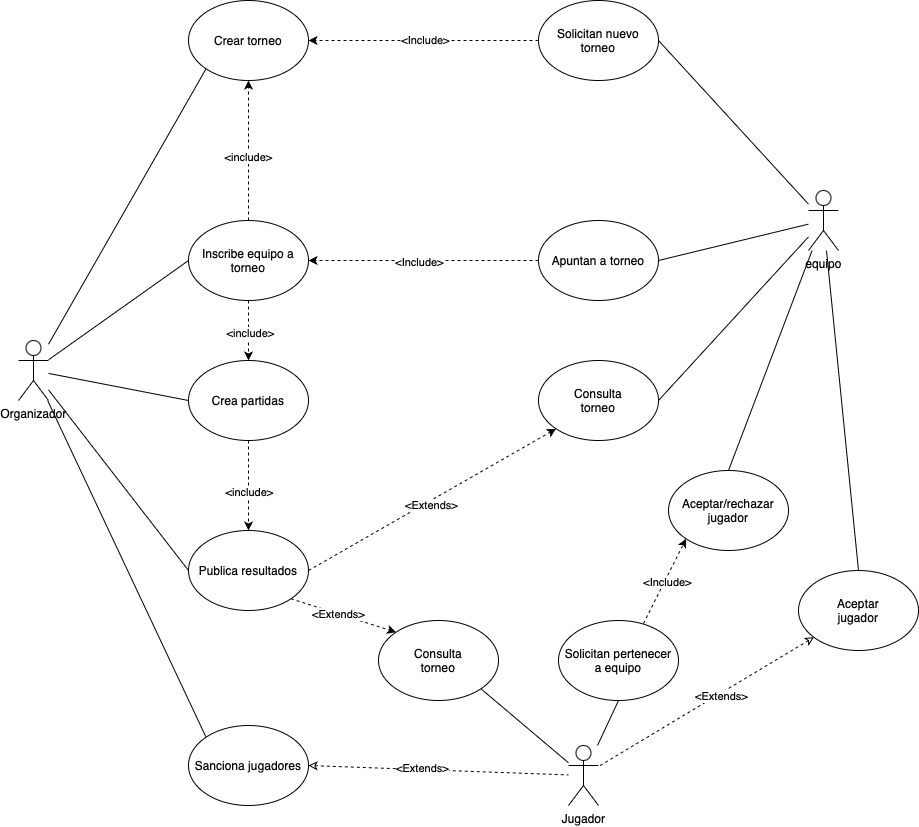
Above: diagrams/casos-uso.png in mgonzale42/torneo-esports-uml (draw.io), before the change. Source tidied: cells renumbered, new cells last; positions are measured from the earlier drawing's top-left corner, leaving out a move shared by most shapes.
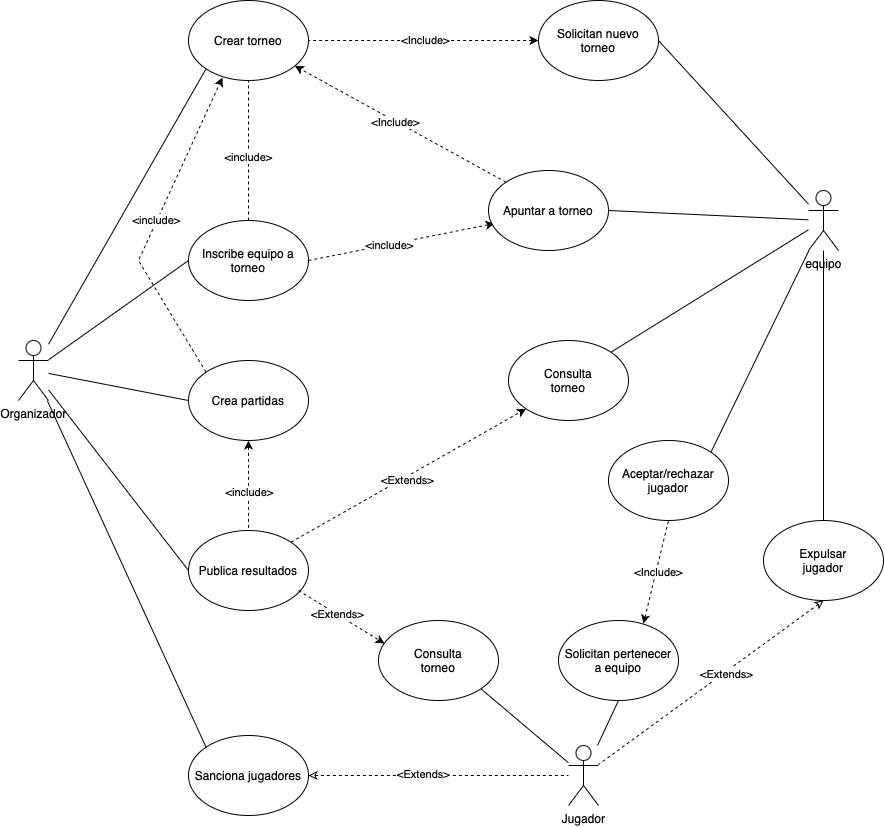
The same file after the commit.

Commit message:
fix: uses case diagram adjust

Change to the diagram source:
```diff
@@ -14,18 +14,18 @@
     <mxCell id="5" value="Crear torneo" style="ellipse;whiteSpace=wrap;html=1;" parent="1" vertex="1">
       <mxGeometry x="170" width="120" height="80" as="geometry" />
     </mxCell>
-    <mxCell id="6" style="rounded=0;jettySize=auto;html=1;exitX=0.5;exitY=0;exitDx=0;exitDy=0;dashed=1;" parent="1" edge="1" source="10" target="5">
+    <mxCell id="6" style="rounded=0;jettySize=auto;html=1;exitX=0.5;exitY=0;exitDx=0;exitDy=0;dashed=1;endArrow=none;startFill=0;" parent="1" edge="1" source="10" target="5">
       <mxGeometry relative="1" as="geometry" />
     </mxCell>
     <mxCell id="7" value="&amp;lt;include&amp;gt;" style="edgeLabel;html=1;align=center;verticalAlign=middle;" parent="6" vertex="1">
       <mxGeometry x="-0.09" y="1" relative="1" as="geometry" />
     </mxCell>
-    <mxCell id="8" style="rounded=0;jettySize=auto;html=1;exitX=0.5;exitY=1;exitDx=0;exitDy=0;entryX=0.5;entryY=0;entryDx=0;entryDy=0;dashed=1;" parent="1" edge="1" source="10" target="19">
-      <mxGeometry relative="1" as="geometry" />
-    </mxCell>
-    <mxCell id="9" value="&amp;lt;include&amp;gt;" style="edgeLabel;html=1;align=center;verticalAlign=middle;" parent="8" vertex="1">
-      <mxGeometry x="0.08" y="1" relative="1" as="geometry" />
-    </mxCell>
+    <mxCell id="49" style="rounded=0;jettySize=auto;html=1;exitX=1;exitY=0.5;exitDx=0;exitDy=0;entryX=0.05;entryY=0.663;entryDx=0;entryDy=0;startArrow=none;startFill=0;endArrow=classic;endFill=1;dashed=1;entryPerimeter=0;" parent="1" edge="1" source="10" target="25">
+      <mxGeometry relative="1" as="geometry" />
+    </mxCell>
+    <mxCell id="50" value="&amp;lt;include&amp;gt;" style="edgeLabel;html=1;align=center;verticalAlign=middle;" parent="49" vertex="1">
+      <mxGeometry x="-0.13" y="-1" relative="1" as="geometry" />
+    </mxCell>
     <mxCell id="10" value="Inscribe equipo a torneo" style="ellipse;whiteSpace=wrap;html=1;" parent="1" vertex="1">
       <mxGeometry x="170" y="220" width="120" height="80" as="geometry" />
     </mxCell>
@@ -36,7 +36,7 @@
       <mxGeometry x="-0.12" y="2" relative="1" as="geometry" />
     </mxCell>
     <mxCell id="13" value="Sanciona jugadores" style="ellipse;whiteSpace=wrap;html=1;" parent="1" vertex="1">
-      <mxGeometry x="170" y="725" width="120" height="80" as="geometry" />
+      <mxGeometry x="170" y="735" width="120" height="80" as="geometry" />
     </mxCell>
     <mxCell id="14" style="endArrow=none;html=1;rounded=0;entryX=0;entryY=1;entryDx=0;entryDy=0;" parent="1" edge="1" source="2" target="5">
       <mxGeometry relative="1" as="geometry" />
@@ -47,7 +47,7 @@
     <mxCell id="16" style="endArrow=none;html=1;rounded=0;entryX=0;entryY=0;entryDx=0;entryDy=0;" parent="1" edge="1" source="2" target="13">
       <mxGeometry relative="1" as="geometry" />
     </mxCell>
-    <mxCell id="17" style="rounded=0;jettySize=auto;html=1;exitX=0.5;exitY=1;exitDx=0;exitDy=0;entryX=0.5;entryY=0;entryDx=0;entryDy=0;dashed=1;" parent="1" edge="1" source="19" target="21">
+    <mxCell id="17" style="rounded=0;jettySize=auto;html=1;exitX=0.5;exitY=1;exitDx=0;exitDy=0;entryX=0.5;entryY=0;entryDx=0;entryDy=0;dashed=1;endArrow=none;startFill=1;startArrow=classic;" parent="1" edge="1" source="19" target="21">
       <mxGeometry relative="1" as="geometry" />
     </mxCell>
     <mxCell id="18" value="&amp;lt;include&amp;gt;" style="edgeLabel;html=1;align=center;verticalAlign=middle;" parent="17" vertex="1">
@@ -65,16 +65,16 @@
     <mxCell id="22" style="endArrow=none;html=1;rounded=0;entryX=0;entryY=0.5;entryDx=0;entryDy=0;" parent="1" edge="1" source="2" target="21">
       <mxGeometry relative="1" as="geometry" />
     </mxCell>
-    <mxCell id="23" style="rounded=0;jettySize=auto;html=1;exitX=0;exitY=0.5;exitDx=0;exitDy=0;entryX=1;entryY=0.5;entryDx=0;entryDy=0;dashed=1;" parent="1" edge="1" source="25" target="10">
+    <mxCell id="23" style="rounded=0;jettySize=auto;html=1;exitX=0;exitY=0;exitDx=0;exitDy=0;dashed=1;" parent="1" edge="1" source="25" target="5">
       <mxGeometry relative="1" as="geometry" />
     </mxCell>
     <mxCell id="24" value="&amp;lt;Include&amp;gt;" style="edgeLabel;html=1;align=center;verticalAlign=middle;" parent="23" vertex="1">
       <mxGeometry x="0.05" y="1" relative="1" as="geometry" />
     </mxCell>
-    <mxCell id="25" value="Apuntan a torneo" style="ellipse;whiteSpace=wrap;html=1;" parent="1" vertex="1">
-      <mxGeometry x="520" y="220" width="120" height="80" as="geometry" />
+    <mxCell id="25" value="Apuntar a torneo" style="ellipse;whiteSpace=wrap;html=1;" parent="1" vertex="1">
+      <mxGeometry x="470" y="170" width="120" height="80" as="geometry" />
     </mxCell>
-    <mxCell id="26" style="rounded=0;jettySize=auto;html=1;exitX=0;exitY=0.5;exitDx=0;exitDy=0;dashed=1;entryX=1;entryY=0.5;entryDx=0;entryDy=0;" parent="1" edge="1" source="28" target="5">
+    <mxCell id="26" style="rounded=0;jettySize=auto;html=1;exitX=0;exitY=0.5;exitDx=0;exitDy=0;dashed=1;entryX=1;entryY=0.5;entryDx=0;entryDy=0;endArrow=none;startFill=1;startArrow=classic;" parent="1" edge="1" source="28" target="5">
       <mxGeometry relative="1" as="geometry" />
     </mxCell>
     <mxCell id="27" value="&amp;lt;Include&amp;gt;" style="edgeLabel;html=1;align=center;verticalAlign=middle;" parent="26" vertex="1">
@@ -84,7 +84,7 @@
       <mxGeometry x="520" width="120" height="80" as="geometry" />
     </mxCell>
     <mxCell id="29" value="Aceptar/rechazar&lt;div&gt;jugador&lt;/div&gt;" style="ellipse;whiteSpace=wrap;html=1;" parent="1" vertex="1">
-      <mxGeometry x="650" y="470" width="120" height="80" as="geometry" />
+      <mxGeometry x="590" y="440" width="120" height="80" as="geometry" />
     </mxCell>
     <mxCell id="30" style="endArrow=none;html=1;rounded=0;exitX=1;exitY=0.5;exitDx=0;exitDy=0;" parent="1" edge="1" source="28" target="3">
       <mxGeometry relative="1" as="geometry" />
@@ -92,16 +92,16 @@
     <mxCell id="31" style="endArrow=none;html=1;rounded=0;exitX=1;exitY=0.5;exitDx=0;exitDy=0;" parent="1" edge="1" source="25" target="3">
       <mxGeometry relative="1" as="geometry" />
     </mxCell>
-    <mxCell id="32" style="endArrow=none;html=1;rounded=0;entryX=0.5;entryY=0;entryDx=0;entryDy=0;" parent="1" edge="1" source="3" target="29">
+    <mxCell id="32" style="endArrow=none;html=1;rounded=0;entryX=1;entryY=0;entryDx=0;entryDy=0;" parent="1" edge="1" source="3" target="29">
       <mxGeometry relative="1" as="geometry" />
     </mxCell>
-    <mxCell id="33" style="rounded=0;jettySize=auto;html=1;exitX=1;exitY=0.5;exitDx=0;exitDy=0;endArrow=none;startFill=0;" parent="1" edge="1" source="34" target="3">
+    <mxCell id="33" style="rounded=0;jettySize=auto;html=1;exitX=1;exitY=0;exitDx=0;exitDy=0;endArrow=none;startFill=0;" parent="1" edge="1" source="34" target="3">
       <mxGeometry relative="1" as="geometry" />
     </mxCell>
     <mxCell id="34" value="Consulta&lt;div&gt;torneo&lt;/div&gt;" style="ellipse;whiteSpace=wrap;html=1;" parent="1" vertex="1">
-      <mxGeometry x="520" y="360" width="120" height="80" as="geometry" />
+      <mxGeometry x="490" y="340" width="120" height="80" as="geometry" />
     </mxCell>
-    <mxCell id="35" style="rounded=0;jettySize=auto;html=1;exitX=0.708;exitY=0.038;exitDx=0;exitDy=0;entryX=0;entryY=1;entryDx=0;entryDy=0;dashed=1;exitPerimeter=0;" parent="1" edge="1" source="37" target="29">
+    <mxCell id="35" style="rounded=0;jettySize=auto;html=1;exitX=0.708;exitY=0.038;exitDx=0;exitDy=0;entryX=0.5;entryY=1;entryDx=0;entryDy=0;dashed=1;exitPerimeter=0;endArrow=none;startFill=1;startArrow=classic;" parent="1" edge="1" source="37" target="29">
       <mxGeometry relative="1" as="geometry" />
     </mxCell>
     <mxCell id="36" value="&amp;lt;Include&amp;gt;" style="edgeLabel;html=1;align=center;verticalAlign=middle;" parent="35" vertex="1">
@@ -121,13 +121,13 @@
     <mxCell id="40" style="endArrow=none;html=1;rounded=0;exitX=1;exitY=1;exitDx=0;exitDy=0;" parent="1" edge="1" source="39" target="4">
       <mxGeometry relative="1" as="geometry" />
     </mxCell>
-    <mxCell id="41" style="endArrow=classic;html=1;rounded=0;exitX=1;exitY=1;exitDx=0;exitDy=0;entryX=0;entryY=0;entryDx=0;entryDy=0;endFill=1;dashed=1;" parent="1" edge="1" source="21" target="39">
+    <mxCell id="41" style="endArrow=classic;html=1;rounded=0;exitX=0.917;exitY=0.75;exitDx=0;exitDy=0;entryX=0.05;entryY=0.288;entryDx=0;entryDy=0;endFill=1;dashed=1;entryPerimeter=0;exitPerimeter=0;" parent="1" edge="1" source="21" target="39">
       <mxGeometry relative="1" as="geometry" />
     </mxCell>
     <mxCell id="42" value="&amp;lt;Extends&amp;gt;" style="edgeLabel;html=1;align=center;verticalAlign=middle;" parent="41" vertex="1">
       <mxGeometry x="-0.11" relative="1" as="geometry" />
     </mxCell>
-    <mxCell id="43" style="endArrow=classic;html=1;rounded=0;exitX=1;exitY=0.5;exitDx=0;exitDy=0;entryX=0;entryY=1;entryDx=0;entryDy=0;dashed=1;" parent="1" edge="1" source="21" target="34">
+    <mxCell id="43" style="endArrow=classic;html=1;rounded=0;exitX=1;exitY=0;exitDx=0;exitDy=0;entryX=0;entryY=1;entryDx=0;entryDy=0;dashed=1;" parent="1" edge="1" source="21" target="34">
       <mxGeometry relative="1" as="geometry" />
     </mxCell>
     <mxCell id="44" value="&amp;lt;Extends&amp;gt;" style="edgeLabel;html=1;align=center;verticalAlign=middle;" parent="43" vertex="1">
@@ -135,10 +135,10 @@
         <mxPoint x="1" as="offset" />
       </mxGeometry>
     </mxCell>
-    <mxCell id="45" value="Aceptar&lt;div&gt;jugador&lt;/div&gt;" style="ellipse;whiteSpace=wrap;html=1;" parent="1" vertex="1">
-      <mxGeometry x="780" y="570" width="120" height="80" as="geometry" />
+    <mxCell id="45" value="Expulsar&lt;br&gt;&lt;div&gt;jugador&lt;/div&gt;" style="ellipse;whiteSpace=wrap;html=1;" parent="1" vertex="1">
+      <mxGeometry x="745" y="520" width="120" height="80" as="geometry" />
     </mxCell>
-    <mxCell id="46" style="rounded=0;jettySize=auto;html=1;startArrow=classic;startFill=0;endArrow=none;dashed=1;" parent="1" edge="1" source="45" target="4">
+    <mxCell id="46" style="rounded=0;jettySize=auto;html=1;startArrow=classic;startFill=0;endArrow=none;dashed=1;exitX=0.5;exitY=1;exitDx=0;exitDy=0;" parent="1" edge="1" source="45" target="4">
       <mxGeometry relative="1" as="geometry" />
     </mxCell>
     <mxCell id="47" value="&amp;lt;Extends&amp;gt;" style="edgeLabel;html=1;align=center;verticalAlign=middle;" parent="46" vertex="1">
@@ -147,5 +147,15 @@
     <mxCell id="48" style="endArrow=none;html=1;rounded=0;entryX=0.5;entryY=0;entryDx=0;entryDy=0;" parent="1" edge="1" source="3" target="45">
       <mxGeometry relative="1" as="geometry" />
     </mxCell>
+    <mxCell id="51" style="rounded=0;jettySize=auto;html=1;exitX=0;exitY=0;exitDx=0;exitDy=0;entryX=0.283;entryY=0.963;entryDx=0;entryDy=0;dashed=1;entryPerimeter=0;" parent="1" edge="1" source="19" target="5">
+      <mxGeometry relative="1" as="geometry">
+        <Array as="points">
+          <mxPoint x="120" y="260" />
+        </Array>
+      </mxGeometry>
+    </mxCell>
+    <mxCell id="52" value="&amp;lt;include&amp;gt;" style="edgeLabel;html=1;align=center;verticalAlign=middle;" parent="51" vertex="1">
+      <mxGeometry x="0.06" y="1" relative="1" as="geometry" />
+    </mxCell>
   </root>
 </mxGraphModel>
```
